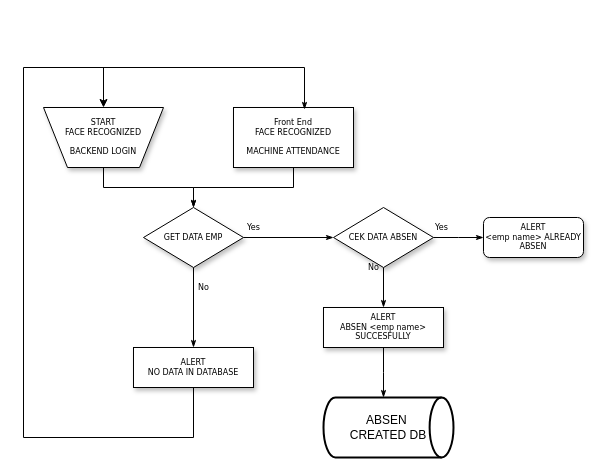
syaiful505/repo-draw keeps this draw.io diagram as FlowHRM.drawio. Above is the earlier version. Source tidied: cells renumbered, new cells numbered last; positions are measured from the earlier drawing's top-left corner, leaving out a move shared by most shapes. Both pictures are drawn from the tidied source at 100%, with x=0, y=0 at pixel (23, 67).
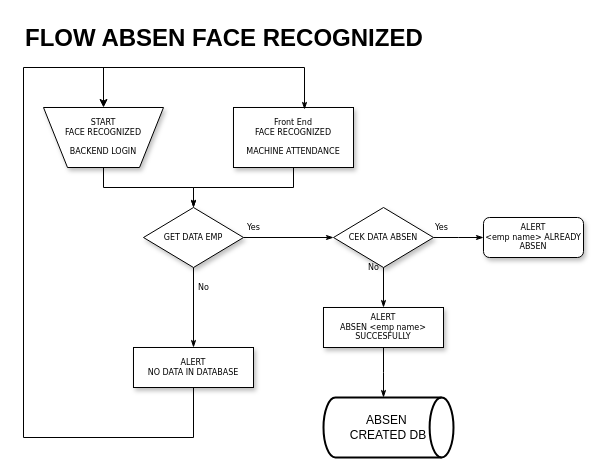
The same diagram, later.

Change to the diagram source:
```diff
@@
+    <mxCell id="19" value="&lt;h1 style=&quot;margin-top: 0px;&quot;&gt;FLOW ABSEN FACE RECOGNIZED&lt;/h1&gt;" style="text;html=1;whiteSpace=wrap;overflow=hidden;rounded=0;" parent="1" vertex="1">
+      <mxGeometry y="-50" width="450" height="120" as="geometry" />
+    </mxCell>
```
